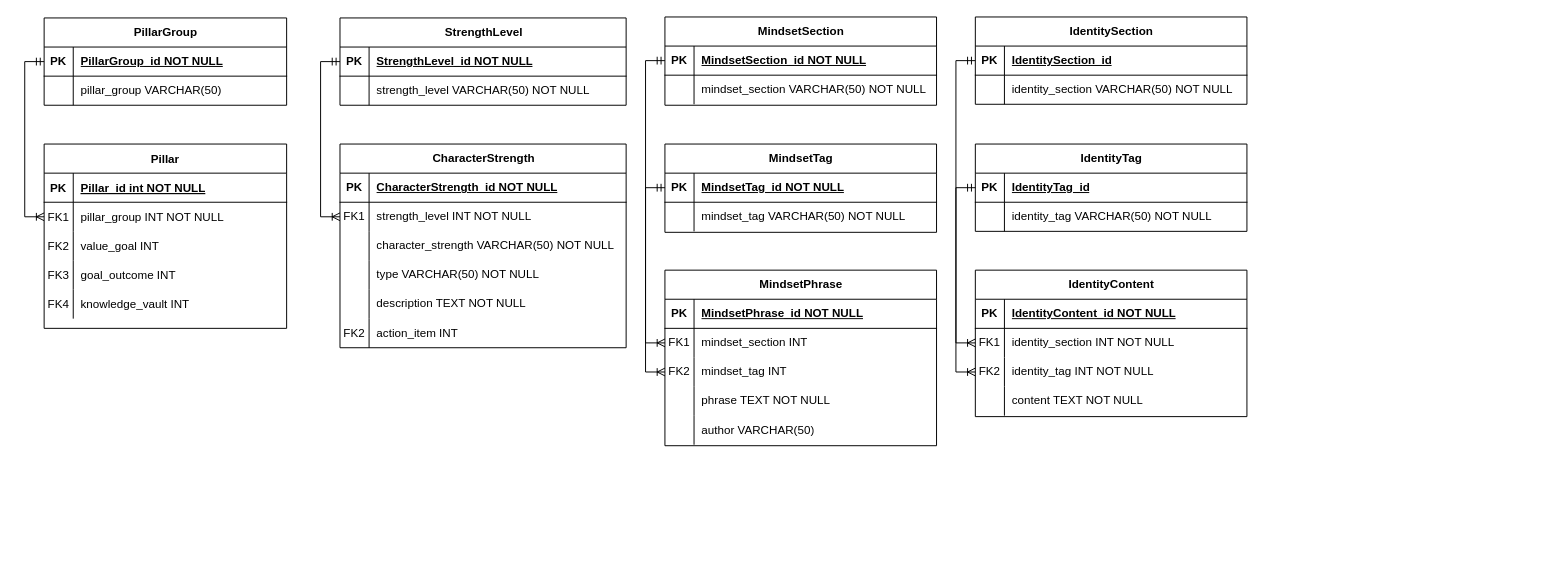
Above: Diagrama_ER.drawio in Jpneira2000/life_os (draw.io), before the change. Source tidied: cells renumbered, new cells numbered last; positions are measured from the earlier drawing's top-left corner, leaving out a move shared by most shapes. Both pictures are drawn from the tidied source at 97%, with x=0, y=0 at pixel (44, 16).
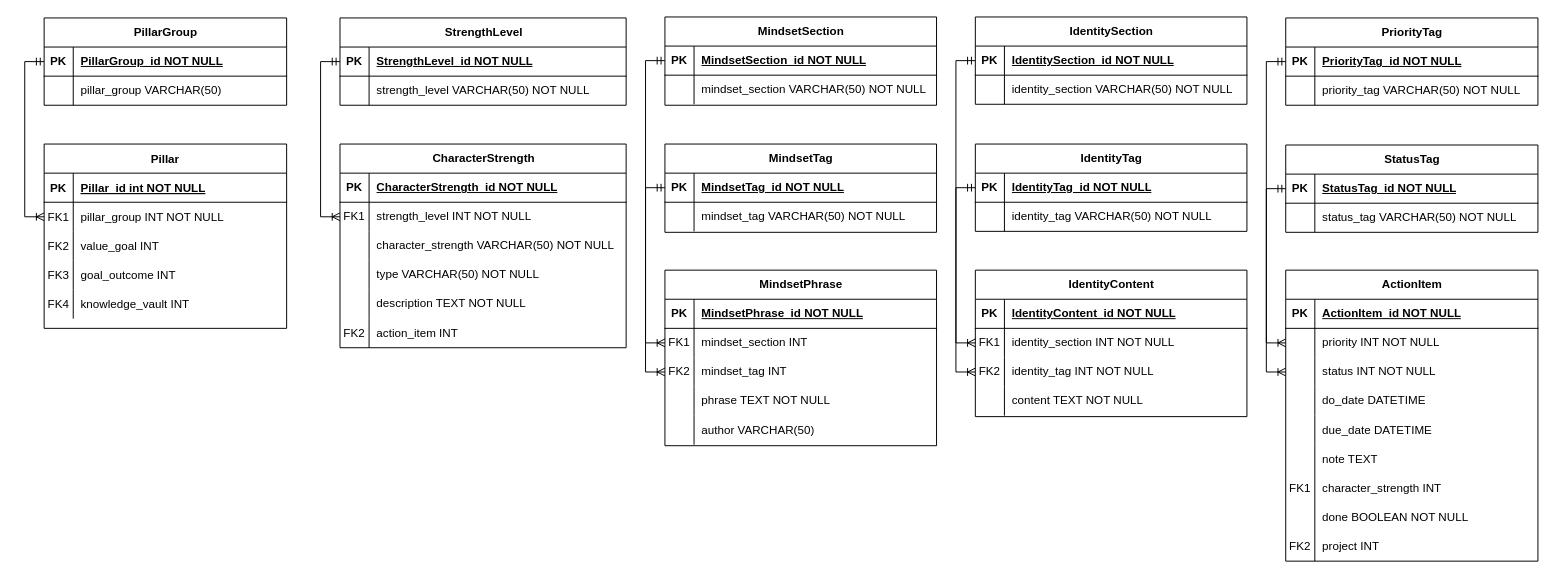
The same page after the edit.

Commit message:
ActionItem en diagrama

Unchanged cells that the change refers to:
```xml
<mxCell id="86" style="shape=tableRow;horizontal=0;startSize=0;swimlaneHead=0;swimlaneBody=0;fillColor=none;points=[[0,0.5],[1,0.5]];portConstraint=eastwest;top=0;left=0;right=0;bottom=1;" parent="85" vertex="1">
  <mxGeometry y="30" width="280" height="30" as="geometry" />
</mxCell>
<mxCell id="93" style="shape=tableRow;horizontal=0;startSize=0;swimlaneHead=0;swimlaneBody=0;fillColor=none;points=[[0,0.5],[1,0.5]];portConstraint=eastwest;top=0;left=0;right=0;bottom=1;" parent="92" vertex="1">
  <mxGeometry y="30" width="280" height="30" as="geometry" />
</mxCell>
```

Diff of the diagram source:
```diff
@@
-    <mxCell id="88" value="IdentitySection_id" style="shape=partialRectangle;fillColor=none;top=0;left=0;bottom=0;right=0;align=left;spacingLeft=6;fontStyle=5;overflow=hidden;whiteSpace=wrap;html=1;" parent="86" vertex="1">
+    <mxCell id="88" value="IdentitySection_id NOT NULL" style="shape=partialRectangle;fillColor=none;top=0;left=0;bottom=0;right=0;align=left;spacingLeft=6;fontStyle=5;overflow=hidden;whiteSpace=wrap;html=1;" parent="86" vertex="1">
       <mxGeometry x="30" width="250" height="30" as="geometry" />
     </mxCell>
@@
-    <mxCell id="95" value="IdentityTag_id" style="shape=partialRectangle;fillColor=none;top=0;left=0;bottom=0;right=0;align=left;spacingLeft=6;fontStyle=5;overflow=hidden;whiteSpace=wrap;html=1;" parent="93" vertex="1">
+    <mxCell id="95" value="IdentityTag_id NOT NULL" style="shape=partialRectangle;fillColor=none;top=0;left=0;bottom=0;right=0;align=left;spacingLeft=6;fontStyle=5;overflow=hidden;whiteSpace=wrap;html=1;" parent="93" vertex="1">
       <mxGeometry x="30" width="250" height="30" as="geometry" />
     </mxCell>
@@
+    <mxCell id="114" value="ActionItem" style="shape=table;startSize=30;childLayout=tableLayout;rowLines=0;fontStyle=1;align=center;html=1;" parent="1" vertex="1">
+      <mxGeometry x="1280" y="261" width="260" height="300" as="geometry" />
+    </mxCell>
+    <mxCell id="115" style="shape=tableRow;horizontal=0;startSize=0;swimlaneHead=0;swimlaneBody=0;fillColor=none;top=0;left=0;right=0;bottom=1;" parent="114" vertex="1">
+      <mxGeometry y="30" width="260" height="30" as="geometry" />
+    </mxCell>
+    <mxCell id="116" value="PK" style="shape=partialRectangle;fillColor=none;top=0;left=0;bottom=0;right=0;fontStyle=1;overflow=hidden;whiteSpace=wrap;html=1;" parent="115" vertex="1">
+      <mxGeometry width="30" height="30" as="geometry" />
+    </mxCell>
+    <mxCell id="117" value="ActionItem_id NOT NULL" style="shape=partialRectangle;fillColor=none;top=0;left=0;bottom=0;right=0;align=left;spacingLeft=6;fontStyle=5;overflow=hidden;whiteSpace=wrap;html=1;" parent="115" vertex="1">
+      <mxGeometry x="30" width="230" height="30" as="geometry" />
+    </mxCell>
+    <mxCell id="118" style="shape=tableRow;horizontal=0;startSize=0;swimlaneHead=0;swimlaneBody=0;fillColor=none;points=[[0,0.5],[1,0.5]];portConstraint=eastwest;top=0;left=0;right=0;bottom=0;" parent="114" vertex="1">
+      <mxGeometry y="60" width="260" height="30" as="geometry" />
+    </mxCell>
+    <mxCell id="119" style="shape=partialRectangle;fillColor=none;top=0;left=0;bottom=0;right=0;overflow=hidden;whiteSpace=wrap;html=1;" parent="118" vertex="1">
+      <mxGeometry width="30" height="30" as="geometry" />
+    </mxCell>
+    <mxCell id="120" value="priority INT NOT NULL" style="shape=partialRectangle;fillColor=none;top=0;left=0;bottom=0;right=0;align=left;spacingLeft=6;overflow=hidden;whiteSpace=wrap;html=1;" parent="118" vertex="1">
+      <mxGeometry x="30" width="230" height="30" as="geometry" />
+    </mxCell>
+    <mxCell id="121" style="shape=tableRow;horizontal=0;startSize=0;swimlaneHead=0;swimlaneBody=0;fillColor=none;points=[[0,0.5],[1,0.5]];portConstraint=eastwest;top=0;left=0;right=0;bottom=0;" parent="114" vertex="1">
+      <mxGeometry y="90" width="260" height="30" as="geometry" />
+    </mxCell>
+    <mxCell id="122" style="shape=partialRectangle;fillColor=none;top=0;left=0;bottom=0;right=0;overflow=hidden;whiteSpace=wrap;html=1;" parent="121" vertex="1">
+      <mxGeometry width="30" height="30" as="geometry" />
+    </mxCell>
+    <mxCell id="123" value="status INT NOT NULL" style="shape=partialRectangle;fillColor=none;top=0;left=0;bottom=0;right=0;align=left;spacingLeft=6;overflow=hidden;whiteSpace=wrap;html=1;" parent="121" vertex="1">
+      <mxGeometry x="30" width="230" height="30" as="geometry" />
+    </mxCell>
+    <mxCell id="124" style="shape=tableRow;horizontal=0;startSize=0;swimlaneHead=0;swimlaneBody=0;fillColor=none;top=0;left=0;right=0;bottom=0;" parent="114" vertex="1">
+      <mxGeometry y="120" width="260" height="30" as="geometry" />
+    </mxCell>
+    <mxCell id="125" style="shape=partialRectangle;fillColor=none;top=0;left=0;bottom=0;right=0;overflow=hidden;whiteSpace=wrap;html=1;" parent="124" vertex="1">
+      <mxGeometry width="30" height="30" as="geometry" />
+    </mxCell>
+    <mxCell id="126" value="do_date DATETIME" style="shape=partialRectangle;fillColor=none;top=0;left=0;bottom=0;right=0;align=left;spacingLeft=6;overflow=hidden;whiteSpace=wrap;html=1;" parent="124" vertex="1">
+      <mxGeometry x="30" width="230" height="30" as="geometry" />
+    </mxCell>
+    <mxCell id="127" style="shape=tableRow;horizontal=0;startSize=0;swimlaneHead=0;swimlaneBody=0;fillColor=none;top=0;left=0;right=0;bottom=0;" parent="114" vertex="1">
+      <mxGeometry y="150" width="260" height="30" as="geometry" />
+    </mxCell>
+    <mxCell id="128" style="shape=partialRectangle;fillColor=none;top=0;left=0;bottom=0;right=0;overflow=hidden;whiteSpace=wrap;html=1;" parent="127" vertex="1">
+      <mxGeometry width="30" height="30" as="geometry" />
+    </mxCell>
+    <mxCell id="129" value="due_date DATETIME" style="shape=partialRectangle;fillColor=none;top=0;left=0;bottom=0;right=0;align=left;spacingLeft=6;overflow=hidden;whiteSpace=wrap;html=1;" parent="127" vertex="1">
+      <mxGeometry x="30" width="230" height="30" as="geometry" />
+    </mxCell>
+    <mxCell id="130" style="shape=tableRow;horizontal=0;startSize=0;swimlaneHead=0;swimlaneBody=0;fillColor=none;top=0;left=0;right=0;bottom=0;" parent="114" vertex="1">
+      <mxGeometry y="180" width="260" height="30" as="geometry" />
+    </mxCell>
+    <mxCell id="131" style="shape=partialRectangle;fillColor=none;top=0;left=0;bottom=0;right=0;overflow=hidden;whiteSpace=wrap;html=1;" parent="130" vertex="1">
+      <mxGeometry width="30" height="30" as="geometry" />
+    </mxCell>
+    <mxCell id="132" value="note TEXT" style="shape=partialRectangle;fillColor=none;top=0;left=0;bottom=0;right=0;align=left;spacingLeft=6;overflow=hidden;whiteSpace=wrap;html=1;" parent="130" vertex="1">
+      <mxGeometry x="30" width="230" height="30" as="geometry" />
+    </mxCell>
+    <mxCell id="133" style="shape=tableRow;horizontal=0;startSize=0;swimlaneHead=0;swimlaneBody=0;fillColor=none;top=0;left=0;right=0;bottom=0;" parent="114" vertex="1">
+      <mxGeometry y="210" width="260" height="30" as="geometry" />
+    </mxCell>
+    <mxCell id="134" value="FK1" style="shape=partialRectangle;fillColor=none;top=0;left=0;bottom=0;right=0;overflow=hidden;whiteSpace=wrap;html=1;" parent="133" vertex="1">
+      <mxGeometry width="30" height="30" as="geometry" />
+    </mxCell>
+    <mxCell id="135" value="character_strength INT" style="shape=partialRectangle;fillColor=none;top=0;left=0;bottom=0;right=0;align=left;spacingLeft=6;overflow=hidden;whiteSpace=wrap;html=1;" parent="133" vertex="1">
+      <mxGeometry x="30" width="230" height="30" as="geometry" />
+    </mxCell>
+    <mxCell id="136" style="shape=tableRow;horizontal=0;startSize=0;swimlaneHead=0;swimlaneBody=0;fillColor=none;top=0;left=0;right=0;bottom=0;" parent="114" vertex="1">
+      <mxGeometry y="240" width="260" height="30" as="geometry" />
+    </mxCell>
+    <mxCell id="137" style="shape=partialRectangle;fillColor=none;top=0;left=0;bottom=0;right=0;overflow=hidden;whiteSpace=wrap;html=1;" parent="136" vertex="1">
+      <mxGeometry width="30" height="30" as="geometry" />
+    </mxCell>
+    <mxCell id="138" value="done BOOLEAN NOT NULL" style="shape=partialRectangle;fillColor=none;top=0;left=0;bottom=0;right=0;align=left;spacingLeft=6;overflow=hidden;whiteSpace=wrap;html=1;" parent="136" vertex="1">
+      <mxGeometry x="30" width="230" height="30" as="geometry" />
+    </mxCell>
+    <mxCell id="139" style="shape=tableRow;horizontal=0;startSize=0;swimlaneHead=0;swimlaneBody=0;fillColor=none;top=0;left=0;right=0;bottom=0;" parent="114" vertex="1">
+      <mxGeometry y="270" width="260" height="30" as="geometry" />
+    </mxCell>
+    <mxCell id="140" value="FK2" style="shape=partialRectangle;fillColor=none;top=0;left=0;bottom=0;right=0;overflow=hidden;whiteSpace=wrap;html=1;" parent="139" vertex="1">
+      <mxGeometry width="30" height="30" as="geometry" />
+    </mxCell>
+    <mxCell id="141" value="project INT" style="shape=partialRectangle;fillColor=none;top=0;left=0;bottom=0;right=0;align=left;spacingLeft=6;overflow=hidden;whiteSpace=wrap;html=1;" parent="139" vertex="1">
+      <mxGeometry x="30" width="230" height="30" as="geometry" />
+    </mxCell>
+    <mxCell id="142" value="PriorityTag" style="shape=table;startSize=30;childLayout=tableLayout;rowLines=0;fontStyle=1;align=center;html=1;" parent="1" vertex="1">
+      <mxGeometry x="1280" y="1" width="260" height="90" as="geometry" />
+    </mxCell>
+    <mxCell id="143" style="shape=tableRow;horizontal=0;startSize=0;swimlaneHead=0;swimlaneBody=0;fillColor=none;points=[[0,0.5],[1,0.5]];portConstraint=eastwest;top=0;left=0;right=0;bottom=1;" parent="142" vertex="1">
+      <mxGeometry y="30" width="260" height="30" as="geometry" />
+    </mxCell>
+    <mxCell id="144" value="PK" style="shape=partialRectangle;fillColor=none;top=0;left=0;bottom=0;right=0;fontStyle=1;overflow=hidden;whiteSpace=wrap;html=1;" parent="143" vertex="1">
+      <mxGeometry width="30" height="30" as="geometry" />
+    </mxCell>
+    <mxCell id="145" value="PriorityTag_id NOT NULL" style="shape=partialRectangle;fillColor=none;top=0;left=0;bottom=0;right=0;align=left;spacingLeft=6;fontStyle=5;overflow=hidden;whiteSpace=wrap;html=1;" parent="143" vertex="1">
+      <mxGeometry x="30" width="230" height="30" as="geometry" />
+    </mxCell>
+    <mxCell id="146" style="shape=tableRow;horizontal=0;startSize=0;swimlaneHead=0;swimlaneBody=0;fillColor=none;top=0;left=0;right=0;bottom=0;" parent="142" vertex="1">
+      <mxGeometry y="60" width="260" height="30" as="geometry" />
+    </mxCell>
+    <mxCell id="147" style="shape=partialRectangle;fillColor=none;top=0;left=0;bottom=0;right=0;overflow=hidden;whiteSpace=wrap;html=1;" parent="146" vertex="1">
+      <mxGeometry width="30" height="30" as="geometry" />
+    </mxCell>
+    <mxCell id="148" value="priority_tag VARCHAR(50) NOT NULL" style="shape=partialRectangle;fillColor=none;top=0;left=0;bottom=0;right=0;align=left;spacingLeft=6;overflow=hidden;whiteSpace=wrap;html=1;" parent="146" vertex="1">
+      <mxGeometry x="30" width="230" height="30" as="geometry" />
+    </mxCell>
+    <mxCell id="149" value="StatusTag" style="shape=table;startSize=30;childLayout=tableLayout;rowLines=0;fontStyle=1;align=center;html=1;" parent="1" vertex="1">
+      <mxGeometry x="1280" y="132" width="260" height="90" as="geometry" />
+    </mxCell>
+    <mxCell id="150" style="shape=tableRow;horizontal=0;startSize=0;swimlaneHead=0;swimlaneBody=0;fillColor=none;points=[[0,0.5],[1,0.5]];portConstraint=eastwest;top=0;left=0;right=0;bottom=1;" parent="149" vertex="1">
+      <mxGeometry y="30" width="260" height="30" as="geometry" />
+    </mxCell>
+    <mxCell id="151" value="PK" style="shape=partialRectangle;fillColor=none;top=0;left=0;bottom=0;right=0;fontStyle=1;overflow=hidden;whiteSpace=wrap;html=1;" parent="150" vertex="1">
+      <mxGeometry width="30" height="30" as="geometry" />
+    </mxCell>
+    <mxCell id="152" value="StatusTag_id NOT NULL" style="shape=partialRectangle;fillColor=none;top=0;left=0;bottom=0;right=0;align=left;spacingLeft=6;fontStyle=5;overflow=hidden;whiteSpace=wrap;html=1;" parent="150" vertex="1">
+      <mxGeometry x="30" width="230" height="30" as="geometry" />
+    </mxCell>
+    <mxCell id="153" style="shape=tableRow;horizontal=0;startSize=0;swimlaneHead=0;swimlaneBody=0;fillColor=none;top=0;left=0;right=0;bottom=0;" parent="149" vertex="1">
+      <mxGeometry y="60" width="260" height="30" as="geometry" />
+    </mxCell>
+    <mxCell id="154" style="shape=partialRectangle;fillColor=none;top=0;left=0;bottom=0;right=0;overflow=hidden;whiteSpace=wrap;html=1;" parent="153" vertex="1">
+      <mxGeometry width="30" height="30" as="geometry" />
+    </mxCell>
+    <mxCell id="155" value="status_tag VARCHAR(50) NOT NULL" style="shape=partialRectangle;fillColor=none;top=0;left=0;bottom=0;right=0;align=left;spacingLeft=6;overflow=hidden;whiteSpace=wrap;html=1;" parent="153" vertex="1">
+      <mxGeometry x="30" width="230" height="30" as="geometry" />
+    </mxCell>
+    <mxCell id="156" style="edgeStyle=orthogonalEdgeStyle;rounded=0;jettySize=auto;html=1;exitX=0;exitY=0.5;exitDx=0;exitDy=0;entryX=0;entryY=0.5;entryDx=0;entryDy=0;startArrow=ERmandOne;startFill=0;endArrow=ERoneToMany;endFill=0;" parent="1" edge="1" source="143" target="118">
+      <mxGeometry relative="1" as="geometry" />
+    </mxCell>
+    <mxCell id="157" style="edgeStyle=orthogonalEdgeStyle;rounded=0;jettySize=auto;html=1;exitX=0;exitY=0.5;exitDx=0;exitDy=0;entryX=0;entryY=0.5;entryDx=0;entryDy=0;startArrow=ERmandOne;startFill=0;endArrow=ERoneToMany;endFill=0;" parent="1" edge="1" source="150" target="121">
+      <mxGeometry relative="1" as="geometry" />
+    </mxCell>
```
